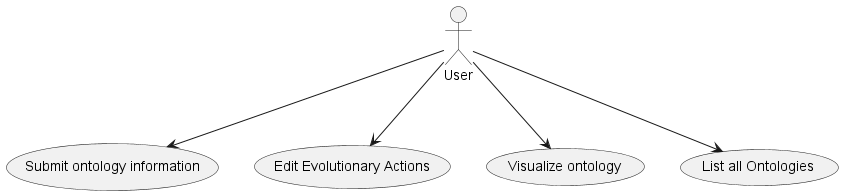
Earlier version of the PlantUML export documentation/out/use_case_diagram/use_case_diagram.png (LeonardoEstrela1171430/tico-gui).
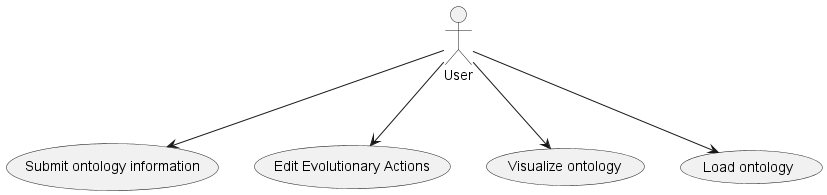
After the commit.

Diff of the diagram source:
```diff
@@ -7,6 +7,6 @@
 "Submit ontology information" as (Use)
 "Edit Evolutionary Actions" as (Use2)
 "Visualize ontology" as (Use3)
-"List all Ontologies" as (Use4)
+"Load ontology" as (Use4)
 
 @enduml
```
